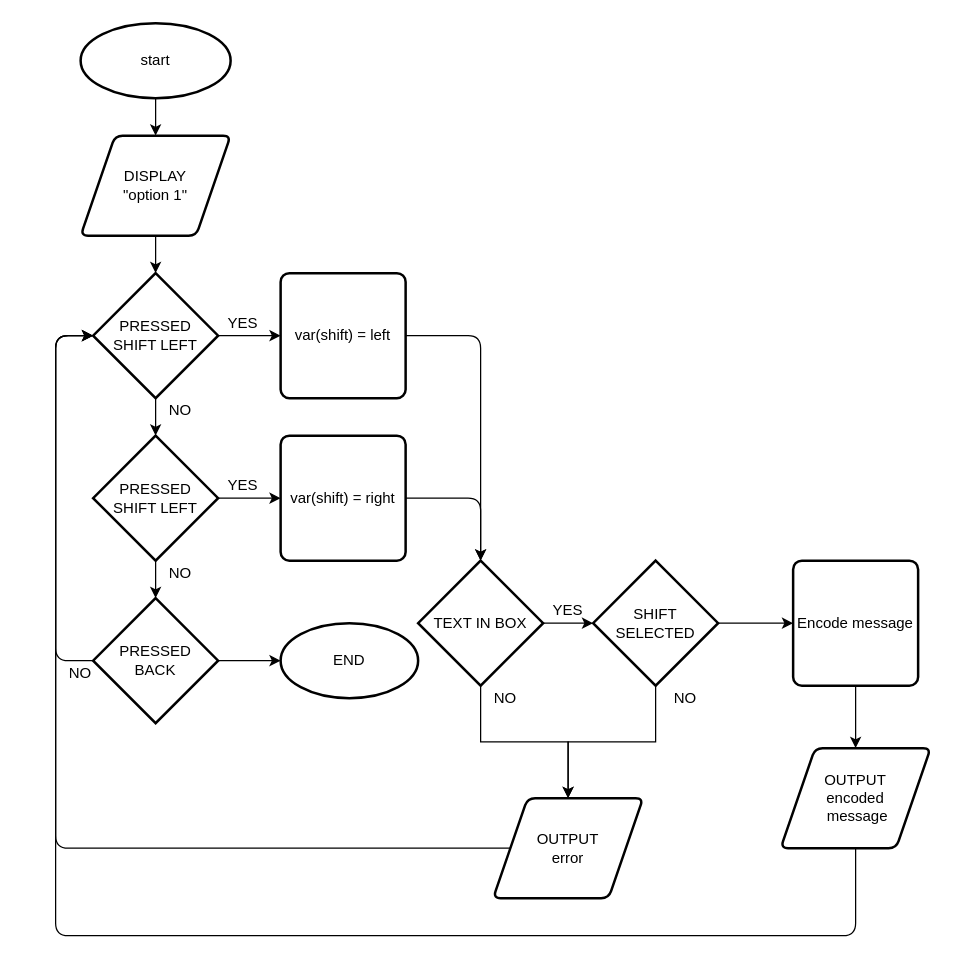
This is page "Ceasar" (2 of 2) of Main Python Project/writeup/Flow charts.drawio from Wytonjedi/Alevel-Python-Project, a draw.io file, before an edit. Source tidied: cells renumbered, new cells numbered last; positions are measured from the earlier drawing's top-left corner, leaving out a move shared by most shapes. Both pictures are drawn from the tidied source at 125%, with x=0, y=0 at pixel (55, 22).
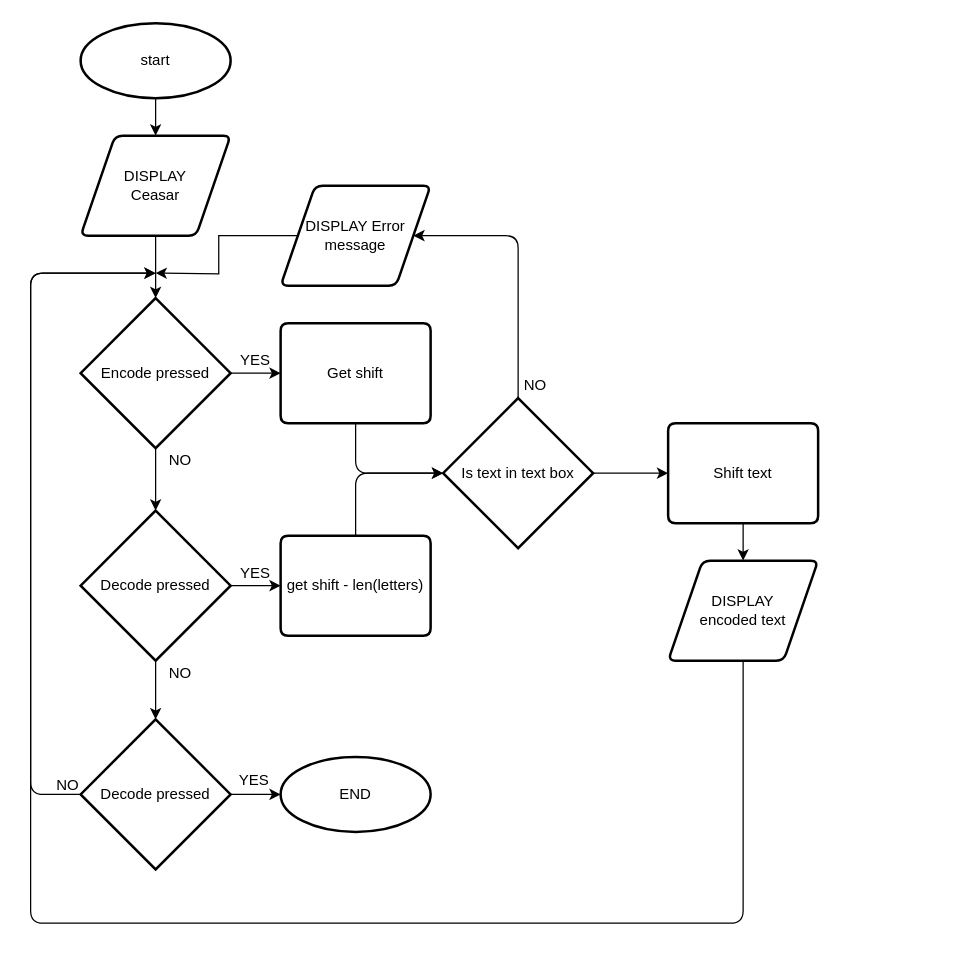
The same diagram, later.

What changed in the source:
```diff
@@
-    <mxCell id="2" style="edgeStyle=orthogonalEdgeStyle;rounded=0;jettySize=auto;html=1;" parent="1" edge="1" source="3" target="5">
+    <mxCell id="2" style="edgeStyle=orthogonalEdgeStyle;rounded=0;jettySize=auto;html=1;snapToPoint=1;" parent="1" edge="1" source="3" target="5">
       <mxGeometry relative="1" as="geometry" />
     </mxCell>
-    <mxCell id="3" value="start" style="strokeWidth=2;html=1;shape=mxgraph.flowchart.start_1;whiteSpace=wrap;" parent="1" vertex="1">
+    <mxCell id="3" value="start" style="strokeWidth=2;html=1;shape=mxgraph.flowchart.start_1;whiteSpace=wrap;snapToPoint=1;" parent="1" vertex="1">
       <mxGeometry x="20" width="120" height="60" as="geometry" />
     </mxCell>
-    <mxCell id="4" style="edgeStyle=orthogonalEdgeStyle;rounded=0;jettySize=auto;html=1;" parent="1" edge="1" source="5" target="8">
+    <mxCell id="4" style="edgeStyle=orthogonalEdgeStyle;rounded=0;jettySize=auto;html=1;entryX=0.5;entryY=0;entryDx=0;entryDy=0;snapToPoint=1;" parent="1" edge="1" source="5" target="41">
       <mxGeometry relative="1" as="geometry" />
     </mxCell>
-    <mxCell id="5" value="DISPLAY&lt;br&gt;&quot;option 1&quot;" style="shape=parallelogram;html=1;strokeWidth=2;perimeter=parallelogramPerimeter;whiteSpace=wrap;rounded=1;arcSize=12;size=0.23;" parent="1" vertex="1">
+    <mxCell id="5" value="DISPLAY&lt;br&gt;Ceasar" style="shape=parallelogram;html=1;strokeWidth=2;perimeter=parallelogramPerimeter;whiteSpace=wrap;rounded=1;arcSize=12;size=0.23;snapToPoint=1;" parent="1" vertex="1">
       <mxGeometry x="20" y="90" width="120" height="80" as="geometry" />
     </mxCell>
-    <mxCell id="6" style="edgeStyle=orthogonalEdgeStyle;rounded=0;jettySize=auto;html=1;entryX=0;entryY=0.5;entryDx=0;entryDy=0;" parent="1" edge="1" source="8" target="24">
-      <mxGeometry relative="1" as="geometry" />
-    </mxCell>
-    <mxCell id="7" style="edgeStyle=orthogonalEdgeStyle;rounded=0;jettySize=auto;html=1;" parent="1" edge="1" source="8" target="22">
-      <mxGeometry relative="1" as="geometry" />
-    </mxCell>
-    <mxCell id="8" value="PRESSED &lt;br&gt;SHIFT LEFT" style="strokeWidth=2;html=1;shape=mxgraph.flowchart.decision;whiteSpace=wrap;" parent="1" vertex="1">
-      <mxGeometry x="30" y="200" width="100" height="100" as="geometry" />
-    </mxCell>
-    <mxCell id="9" style="edgeStyle=orthogonalEdgeStyle;rounded=0;jettySize=auto;html=1;" parent="1" edge="1" source="11" target="14">
-      <mxGeometry relative="1" as="geometry" />
-    </mxCell>
-    <mxCell id="10" style="edgeStyle=orthogonalEdgeStyle;rounded=0;jettySize=auto;html=1;" parent="1" edge="1" source="11" target="20">
-      <mxGeometry relative="1" as="geometry" />
-    </mxCell>
-    <mxCell id="11" value="TEXT IN BOX" style="strokeWidth=2;html=1;shape=mxgraph.flowchart.decision;whiteSpace=wrap;" parent="1" vertex="1">
-      <mxGeometry x="290" y="430" width="100" height="100" as="geometry" />
-    </mxCell>
-    <mxCell id="12" style="edgeStyle=orthogonalEdgeStyle;rounded=0;jettySize=auto;html=1;" parent="1" edge="1" source="14" target="19">
-      <mxGeometry relative="1" as="geometry" />
-    </mxCell>
-    <mxCell id="13" style="edgeStyle=orthogonalEdgeStyle;rounded=0;jettySize=auto;html=1;" parent="1" edge="1" source="14" target="20">
-      <mxGeometry relative="1" as="geometry" />
-    </mxCell>
-    <mxCell id="14" value="SHIFT SELECTED" style="strokeWidth=2;html=1;shape=mxgraph.flowchart.decision;whiteSpace=wrap;" parent="1" vertex="1">
-      <mxGeometry x="430" y="430" width="100" height="100" as="geometry" />
-    </mxCell>
-    <mxCell id="15" value="YES" style="text;html=1;strokeColor=none;fillColor=none;align=center;verticalAlign=middle;whiteSpace=wrap;rounded=0;" parent="1" vertex="1">
-      <mxGeometry x="390" y="460" width="40" height="20" as="geometry" />
-    </mxCell>
-    <mxCell id="16" value="NO" style="text;html=1;strokeColor=none;fillColor=none;align=center;verticalAlign=middle;whiteSpace=wrap;rounded=0;" parent="1" vertex="1">
-      <mxGeometry x="340" y="530" width="40" height="20" as="geometry" />
-    </mxCell>
-    <mxCell id="17" value="NO" style="text;html=1;strokeColor=none;fillColor=none;align=center;verticalAlign=middle;whiteSpace=wrap;rounded=0;" parent="1" vertex="1">
-      <mxGeometry x="484" y="530" width="40" height="20" as="geometry" />
-    </mxCell>
-    <mxCell id="18" style="edgeStyle=orthogonalEdgeStyle;rounded=0;jettySize=auto;html=1;" parent="1" edge="1" source="19" target="33">
-      <mxGeometry relative="1" as="geometry" />
-    </mxCell>
-    <mxCell id="19" value="Encode message" style="rounded=1;whiteSpace=wrap;html=1;absoluteArcSize=1;arcSize=14;strokeWidth=2;" parent="1" vertex="1">
-      <mxGeometry x="590" y="430" width="100" height="100" as="geometry" />
-    </mxCell>
-    <mxCell id="20" value="OUTPUT &lt;br&gt;error" style="shape=parallelogram;html=1;strokeWidth=2;perimeter=parallelogramPerimeter;whiteSpace=wrap;rounded=1;arcSize=12;size=0.23;" parent="1" vertex="1">
-      <mxGeometry x="350" y="620" width="120" height="80" as="geometry" />
-    </mxCell>
-    <mxCell id="21" style="edgeStyle=orthogonalEdgeStyle;rounded=0;jettySize=auto;html=1;" parent="1" edge="1" source="22" target="34">
-      <mxGeometry relative="1" as="geometry" />
-    </mxCell>
-    <mxCell id="22" value="PRESSED &lt;br&gt;SHIFT LEFT" style="strokeWidth=2;html=1;shape=mxgraph.flowchart.decision;whiteSpace=wrap;" parent="1" vertex="1">
-      <mxGeometry x="30" y="330" width="100" height="100" as="geometry" />
-    </mxCell>
-    <mxCell id="23" style="endArrow=classic;html=1;exitX=1;exitY=0.5;exitDx=0;exitDy=0;exitPerimeter=0;entryX=0;entryY=0.5;entryDx=0;entryDy=0;" parent="1" edge="1" source="22" target="25">
-      <mxGeometry relative="1" as="geometry" />
-    </mxCell>
-    <mxCell id="24" value="var(shift) = left" style="rounded=1;whiteSpace=wrap;html=1;absoluteArcSize=1;arcSize=14;strokeWidth=2;" parent="1" vertex="1">
-      <mxGeometry x="180" y="200" width="100" height="100" as="geometry" />
-    </mxCell>
-    <mxCell id="25" value="var(shift) = right" style="rounded=1;whiteSpace=wrap;html=1;absoluteArcSize=1;arcSize=14;strokeWidth=2;" parent="1" vertex="1">
-      <mxGeometry x="180" y="330" width="100" height="100" as="geometry" />
-    </mxCell>
-    <mxCell id="26" value="YES" style="text;html=1;strokeColor=none;fillColor=none;align=center;verticalAlign=middle;whiteSpace=wrap;rounded=0;" parent="1" vertex="1">
-      <mxGeometry x="130" y="230" width="40" height="20" as="geometry" />
-    </mxCell>
-    <mxCell id="27" value="YES" style="text;html=1;strokeColor=none;fillColor=none;align=center;verticalAlign=middle;whiteSpace=wrap;rounded=0;" parent="1" vertex="1">
-      <mxGeometry x="130" y="360" width="40" height="20" as="geometry" />
-    </mxCell>
-    <mxCell id="28" style="endArrow=classic;html=1;exitX=0;exitY=0.5;exitDx=0;exitDy=0;exitPerimeter=0;entryX=0;entryY=0.5;entryDx=0;entryDy=0;entryPerimeter=0;" parent="1" edge="1" source="34" target="8">
-      <mxGeometry relative="1" as="geometry">
-        <Array as="points">
-          <mxPoint y="510" />
-          <mxPoint y="250" />
-        </Array>
-      </mxGeometry>
-    </mxCell>
-    <mxCell id="29" value="NO" style="text;html=1;strokeColor=none;fillColor=none;align=center;verticalAlign=middle;whiteSpace=wrap;rounded=0;" parent="1" vertex="1">
-      <mxGeometry x="80" y="300" width="40" height="20" as="geometry" />
-    </mxCell>
-    <mxCell id="30" style="endArrow=classic;html=1;exitX=1;exitY=0.5;exitDx=0;exitDy=0;entryX=0.5;entryY=0;entryDx=0;entryDy=0;entryPerimeter=0;" parent="1" edge="1" source="25" target="11">
-      <mxGeometry relative="1" as="geometry">
-        <Array as="points">
-          <mxPoint x="340" y="380" />
-        </Array>
-      </mxGeometry>
-    </mxCell>
-    <mxCell id="31" style="endArrow=classic;html=1;exitX=1;exitY=0.5;exitDx=0;exitDy=0;entryX=0.5;entryY=0;entryDx=0;entryDy=0;entryPerimeter=0;" parent="1" edge="1" source="24" target="11">
-      <mxGeometry relative="1" as="geometry">
-        <Array as="points">
-          <mxPoint x="340" y="250" />
-        </Array>
-      </mxGeometry>
-    </mxCell>
-    <mxCell id="32" style="endArrow=classic;html=1;exitX=0;exitY=0.5;exitDx=0;exitDy=0;entryX=0;entryY=0.5;entryDx=0;entryDy=0;entryPerimeter=0;" parent="1" edge="1" source="20" target="8">
-      <mxGeometry relative="1" as="geometry">
-        <Array as="points">
-          <mxPoint y="660" />
-          <mxPoint y="250" />
-        </Array>
-      </mxGeometry>
-    </mxCell>
-    <mxCell id="33" value="OUTPUT &lt;br&gt;encoded&lt;br&gt;&amp;nbsp;message" style="shape=parallelogram;html=1;strokeWidth=2;perimeter=parallelogramPerimeter;whiteSpace=wrap;rounded=1;arcSize=12;size=0.23;" parent="1" vertex="1">
-      <mxGeometry x="580" y="580" width="120" height="80" as="geometry" />
-    </mxCell>
-    <mxCell id="34" value="PRESSED &lt;br&gt;BACK" style="strokeWidth=2;html=1;shape=mxgraph.flowchart.decision;whiteSpace=wrap;" parent="1" vertex="1">
-      <mxGeometry x="30" y="460" width="100" height="100" as="geometry" />
-    </mxCell>
-    <mxCell id="35" value="NO" style="text;html=1;strokeColor=none;fillColor=none;align=center;verticalAlign=middle;whiteSpace=wrap;rounded=0;" parent="1" vertex="1">
-      <mxGeometry x="80" y="430" width="40" height="20" as="geometry" />
-    </mxCell>
-    <mxCell id="36" value="NO" style="text;html=1;strokeColor=none;fillColor=none;align=center;verticalAlign=middle;whiteSpace=wrap;rounded=0;" parent="1" vertex="1">
-      <mxGeometry y="510" width="40" height="20" as="geometry" />
-    </mxCell>
+    <mxCell id="40" style="edgeStyle=orthogonalEdgeStyle;rounded=0;jettySize=auto;html=1;snapToPoint=1;" parent="1" edge="1" source="41" target="43">
+      <mxGeometry relative="1" as="geometry" />
+    </mxCell>
+    <mxCell id="41" value="Encode pressed" style="rhombus;whiteSpace=wrap;html=1;strokeWidth=2;snapToPoint=1;" parent="1" vertex="1">
+      <mxGeometry x="20" y="220" width="120" height="120" as="geometry" />
+    </mxCell>
+    <mxCell id="42" style="edgeStyle=orthogonalEdgeStyle;rounded=0;jettySize=auto;html=1;snapToPoint=1;" parent="1" edge="1" source="43" target="65">
+      <mxGeometry relative="1" as="geometry" />
+    </mxCell>
+    <mxCell id="43" value="Decode pressed" style="rhombus;whiteSpace=wrap;html=1;strokeWidth=2;snapToPoint=1;" parent="1" vertex="1">
+      <mxGeometry x="20" y="390" width="120" height="120" as="geometry" />
+    </mxCell>
+    <mxCell id="44" style="endArrow=classic;html=1;exitX=0;exitY=0.5;exitDx=0;exitDy=0;snapToPoint=1;" parent="1" edge="1" source="65">
+      <mxGeometry relative="1" as="geometry">
+        <mxPoint x="80" y="200" as="targetPoint" />
+        <Array as="points">
+          <mxPoint x="-20" y="617" />
+          <mxPoint x="-20" y="200" />
+        </Array>
+      </mxGeometry>
+    </mxCell>
+    <mxCell id="45" value="NO" style="text;html=1;strokeColor=none;fillColor=none;align=center;verticalAlign=middle;whiteSpace=wrap;rounded=0;" parent="1" vertex="1">
+      <mxGeometry x="-10" y="600" width="40" height="20" as="geometry" />
+    </mxCell>
+    <mxCell id="46" value="YES" style="text;html=1;strokeColor=none;fillColor=none;align=center;verticalAlign=middle;whiteSpace=wrap;rounded=0;" parent="1" vertex="1">
+      <mxGeometry x="140" y="260" width="40" height="20" as="geometry" />
+    </mxCell>
+    <mxCell id="47" value="NO" style="text;html=1;strokeColor=none;fillColor=none;align=center;verticalAlign=middle;whiteSpace=wrap;rounded=0;" parent="1" vertex="1">
+      <mxGeometry x="80" y="340" width="40" height="20" as="geometry" />
+    </mxCell>
+    <mxCell id="48" value="get shift - len(letters)" style="shape=parallelogram;html=1;strokeWidth=2;perimeter=parallelogramPerimeter;whiteSpace=wrap;rounded=1;arcSize=12;size=0;snapToPoint=1;" parent="1" vertex="1">
+      <mxGeometry x="180" y="410" width="120" height="80" as="geometry" />
+    </mxCell>
+    <mxCell id="49" value="Get shift" style="shape=parallelogram;html=1;strokeWidth=2;perimeter=parallelogramPerimeter;whiteSpace=wrap;rounded=1;arcSize=12;size=0;snapToPoint=1;" parent="1" vertex="1">
+      <mxGeometry x="180" y="240" width="120" height="80" as="geometry" />
+    </mxCell>
+    <mxCell id="50" style="endArrow=classic;html=1;exitX=1;exitY=0.5;exitDx=0;exitDy=0;entryX=0;entryY=0.5;entryDx=0;entryDy=0;snapToPoint=1;" parent="1" edge="1" source="41" target="49">
+      <mxGeometry relative="1" as="geometry" />
+    </mxCell>
+    <mxCell id="51" style="endArrow=classic;html=1;exitX=1;exitY=0.5;exitDx=0;exitDy=0;entryX=0;entryY=0.5;entryDx=0;entryDy=0;snapToPoint=1;" parent="1" edge="1" source="43" target="48">
+      <mxGeometry relative="1" as="geometry" />
+    </mxCell>
+    <mxCell id="52" value="YES" style="text;html=1;strokeColor=none;fillColor=none;align=center;verticalAlign=middle;whiteSpace=wrap;rounded=0;" parent="1" vertex="1">
+      <mxGeometry x="140" y="430" width="40" height="20" as="geometry" />
+    </mxCell>
+    <mxCell id="53" style="edgeStyle=orthogonalEdgeStyle;rounded=0;jettySize=auto;html=1;snapToPoint=1;" parent="1" edge="1" source="54" target="63">
+      <mxGeometry relative="1" as="geometry" />
+    </mxCell>
+    <mxCell id="54" value="Shift text" style="shape=parallelogram;html=1;strokeWidth=2;perimeter=parallelogramPerimeter;whiteSpace=wrap;rounded=1;arcSize=12;size=0;snapToPoint=1;" parent="1" vertex="1">
+      <mxGeometry x="490" y="320" width="120" height="80" as="geometry" />
+    </mxCell>
+    <mxCell id="55" value="Is text in text box" style="rhombus;whiteSpace=wrap;html=1;strokeWidth=2;snapToPoint=1;" parent="1" vertex="1">
+      <mxGeometry x="310" y="300" width="120" height="120" as="geometry" />
+    </mxCell>
+    <mxCell id="56" style="endArrow=classic;html=1;exitX=0.5;exitY=1;exitDx=0;exitDy=0;entryX=0;entryY=0.5;entryDx=0;entryDy=0;snapToPoint=1;" parent="1" edge="1" source="49" target="55">
+      <mxGeometry relative="1" as="geometry">
+        <Array as="points">
+          <mxPoint x="240" y="360" />
+        </Array>
+      </mxGeometry>
+    </mxCell>
+    <mxCell id="57" style="endArrow=classic;html=1;exitX=0.5;exitY=0;exitDx=0;exitDy=0;entryX=0;entryY=0.5;entryDx=0;entryDy=0;snapToPoint=1;" parent="1" edge="1" source="48" target="55">
+      <mxGeometry relative="1" as="geometry">
+        <Array as="points">
+          <mxPoint x="240" y="360" />
+        </Array>
+      </mxGeometry>
+    </mxCell>
+    <mxCell id="58" style="endArrow=classic;html=1;exitX=0.5;exitY=0;exitDx=0;exitDy=0;entryX=1;entryY=0.5;entryDx=0;entryDy=0;snapToPoint=1;" parent="1" edge="1" source="55" target="61">
+      <mxGeometry relative="1" as="geometry">
+        <Array as="points">
+          <mxPoint x="370" y="170" />
+        </Array>
+      </mxGeometry>
+    </mxCell>
+    <mxCell id="59" value="NO" style="text;html=1;strokeColor=none;fillColor=none;align=center;verticalAlign=middle;whiteSpace=wrap;rounded=0;" parent="1" vertex="1">
+      <mxGeometry x="364" y="280" width="40" height="20" as="geometry" />
+    </mxCell>
+    <mxCell id="60" style="edgeStyle=orthogonalEdgeStyle;rounded=0;jettySize=auto;html=1;snapToPoint=1;" parent="1" edge="1" source="61">
+      <mxGeometry relative="1" as="geometry">
+        <mxPoint x="80" y="200" as="targetPoint" />
+      </mxGeometry>
+    </mxCell>
+    <mxCell id="61" value="DISPLAY Error message" style="shape=parallelogram;html=1;strokeWidth=2;perimeter=parallelogramPerimeter;whiteSpace=wrap;rounded=1;arcSize=12;size=0.23;snapToPoint=1;" parent="1" vertex="1">
+      <mxGeometry x="180" y="130" width="120" height="80" as="geometry" />
+    </mxCell>
+    <mxCell id="62" style="endArrow=classic;html=1;exitX=1;exitY=0.5;exitDx=0;exitDy=0;entryX=0;entryY=0.5;entryDx=0;entryDy=0;snapToPoint=1;" parent="1" edge="1" source="55" target="54">
+      <mxGeometry relative="1" as="geometry" />
+    </mxCell>
+    <mxCell id="63" value="DISPLAY &lt;br&gt;encoded text" style="shape=parallelogram;html=1;strokeWidth=2;perimeter=parallelogramPerimeter;whiteSpace=wrap;rounded=1;arcSize=12;size=0.23;snapToPoint=1;" parent="1" vertex="1">
+      <mxGeometry x="490" y="430" width="120" height="80" as="geometry" />
+    </mxCell>
+    <mxCell id="64" style="edgeStyle=orthogonalEdgeStyle;rounded=0;jettySize=auto;html=1;snapToPoint=1;" parent="1" edge="1" source="65" target="37">
+      <mxGeometry relative="1" as="geometry" />
+    </mxCell>
+    <mxCell id="65" value="Decode pressed" style="rhombus;whiteSpace=wrap;html=1;strokeWidth=2;snapToPoint=1;" parent="1" vertex="1">
+      <mxGeometry x="20" y="557" width="120" height="120" as="geometry" />
+    </mxCell>
+    <mxCell id="66" value="NO" style="text;html=1;strokeColor=none;fillColor=none;align=center;verticalAlign=middle;whiteSpace=wrap;rounded=0;" parent="1" vertex="1">
+      <mxGeometry x="80" y="510" width="40" height="20" as="geometry" />
+    </mxCell>
-    <mxCell id="37" value="END" style="strokeWidth=2;html=1;shape=mxgraph.flowchart.start_1;whiteSpace=wrap;" parent="1" vertex="1">
-      <mxGeometry x="180" y="480" width="110" height="60" as="geometry" />
+    <mxCell id="37" value="END" style="strokeWidth=2;html=1;shape=mxgraph.flowchart.start_1;whiteSpace=wrap;snapToPoint=1;" parent="1" vertex="1">
+      <mxGeometry x="180" y="587" width="120" height="60" as="geometry" />
     </mxCell>
-    <mxCell id="38" style="endArrow=classic;html=1;exitX=1;exitY=0.5;exitDx=0;exitDy=0;exitPerimeter=0;entryX=0;entryY=0.5;entryDx=0;entryDy=0;entryPerimeter=0;" parent="1" edge="1" source="34" target="37">
-      <mxGeometry relative="1" as="geometry" />
-    </mxCell>
-    <mxCell id="39" style="endArrow=classic;html=1;exitX=0.5;exitY=1;exitDx=0;exitDy=0;entryX=0;entryY=0.5;entryDx=0;entryDy=0;entryPerimeter=0;" parent="1" edge="1" source="33" target="8">
-      <mxGeometry relative="1" as="geometry">
-        <Array as="points">
-          <mxPoint x="640" y="730" />
-          <mxPoint y="730" />
-          <mxPoint y="250" />
-        </Array>
-      </mxGeometry>
-    </mxCell>
+    <mxCell id="67" value="YES" style="text;html=1;strokeColor=none;fillColor=none;align=center;verticalAlign=middle;whiteSpace=wrap;rounded=0;" parent="1" vertex="1">
+      <mxGeometry x="139" y="596" width="40" height="20" as="geometry" />
+    </mxCell>
+    <mxCell id="68" style="endArrow=classic;html=1;exitX=0.5;exitY=1;exitDx=0;exitDy=0;snapToPoint=1;" parent="1" edge="1" source="63">
+      <mxGeometry relative="1" as="geometry">
+        <mxPoint x="80" y="200" as="targetPoint" />
+        <Array as="points">
+          <mxPoint x="550" y="720" />
+          <mxPoint x="-20" y="720" />
+          <mxPoint x="-20" y="200" />
+        </Array>
+      </mxGeometry>
+    </mxCell>
```
